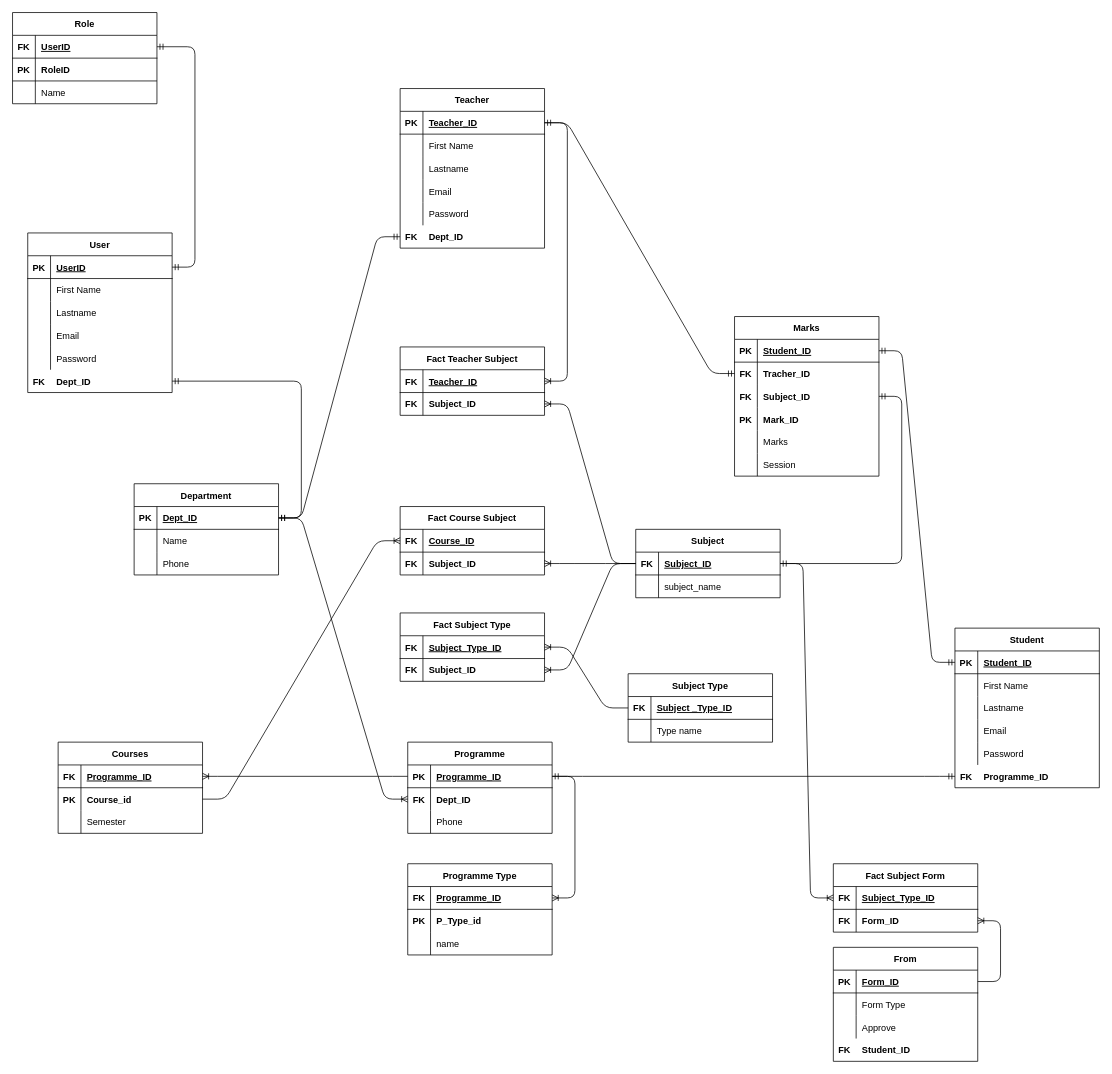
Above: Diagrams/ERD.drawio in MohsinAliSoomro/CES (draw.io), before the change. Source tidied: cells renumbered, new cells numbered last; positions are measured from the earlier drawing's top-left corner, leaving out a move shared by most shapes. Both pictures are drawn from the tidied source at 76%, with x=0, y=0 at pixel (12, 12).
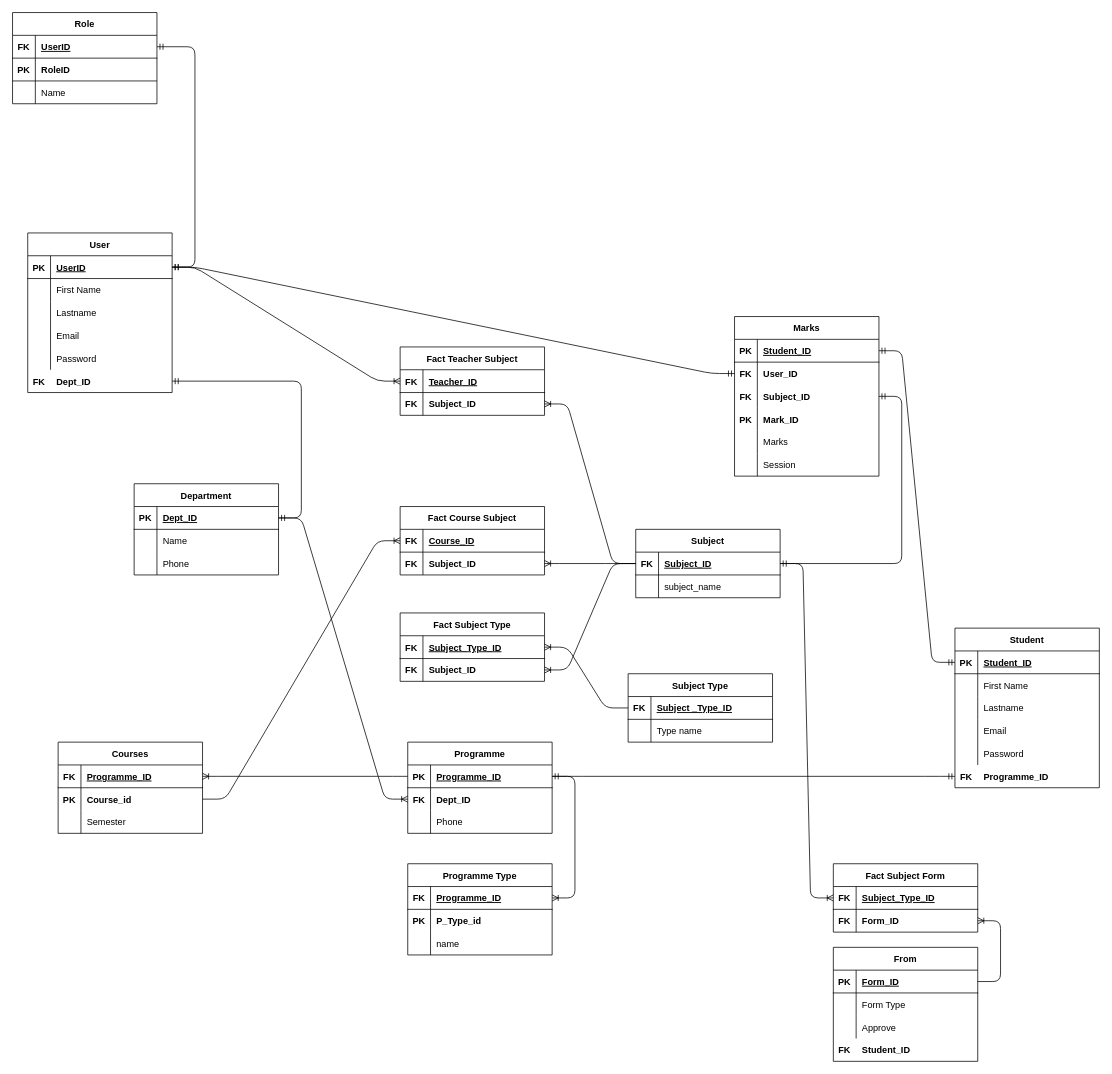
The same page after the edit.

The change refers to these unchanged cells:
```xml
<mxCell id="16" style="shape=partialRectangle;fillColor=none;top=0;left=0;bottom=1;right=0;points=[[0,0.5],[1,0.5]];portConstraint=eastwest;" parent="15" vertex="1">
  <mxGeometry y="30" width="190" height="30" as="geometry" />
</mxCell>
<mxCell id="39" style="shape=partialRectangle;fillColor=none;top=0;left=0;bottom=1;right=0;points=[[0,0.5],[1,0.5]];portConstraint=eastwest;" parent="38" vertex="1">
  <mxGeometry y="30" width="190" height="30" as="geometry" />
</mxCell>
<mxCell id="138" style="shape=partialRectangle;fillColor=none;top=0;left=0;bottom=1;right=0;points=[[0,0.5],[1,0.5]];portConstraint=eastwest;" parent="137" vertex="1">
  <mxGeometry y="30" width="190" height="30" as="geometry" />
</mxCell>
<mxCell id="190" style="shape=partialRectangle;fillColor=none;top=0;left=0;bottom=0;right=0;points=[[0,0.5],[1,0.5]];portConstraint=eastwest;" parent="186" vertex="1">
  <mxGeometry y="60" width="190" height="30" as="geometry" />
</mxCell>
```

Change to the diagram source:
```diff
@@
-    <mxCell id="116" style="group;" parent="1" vertex="1">
-      <mxGeometry x="510" y="100" width="190" height="210" as="geometry" />
-    </mxCell>
-    <mxCell id="117" value="Teacher" style="shape=table;startSize=30;childLayout=tableLayout;rowLines=0;fontStyle=1;align=center;" parent="116" vertex="1">
-      <mxGeometry width="190" height="210" as="geometry" />
-    </mxCell>
-    <mxCell id="118" style="shape=partialRectangle;fillColor=none;top=0;left=0;bottom=1;right=0;points=[[0,0.5],[1,0.5]];portConstraint=eastwest;" parent="117" vertex="1">
-      <mxGeometry y="30" width="190" height="30" as="geometry" />
-    </mxCell>
-    <mxCell id="119" value="PK" style="shape=partialRectangle;fillColor=none;top=0;left=0;bottom=0;right=0;fontStyle=1;overflow=hidden;" parent="118" vertex="1">
-      <mxGeometry width="30" height="30" as="geometry" />
-    </mxCell>
-    <mxCell id="120" value="Teacher_ID" style="shape=partialRectangle;fillColor=none;top=0;left=0;bottom=0;right=0;align=left;spacingLeft=6;fontStyle=5;overflow=hidden;" parent="118" vertex="1">
-      <mxGeometry x="30" width="160" height="30" as="geometry" />
-    </mxCell>
-    <mxCell id="121" style="shape=partialRectangle;fillColor=none;top=0;left=0;bottom=0;right=0;" parent="117" vertex="1">
-      <mxGeometry y="60" width="190" height="30" as="geometry" />
-    </mxCell>
-    <mxCell id="122" style="shape=partialRectangle;fillColor=none;top=0;left=0;bottom=0;right=0;overflow=hidden;" parent="121" vertex="1">
-      <mxGeometry width="30" height="30" as="geometry" />
-    </mxCell>
-    <mxCell id="123" value="First Name" style="shape=partialRectangle;fillColor=none;top=0;left=0;bottom=0;right=0;align=left;spacingLeft=6;overflow=hidden;" parent="121" vertex="1">
-      <mxGeometry x="30" width="160" height="30" as="geometry" />
-    </mxCell>
-    <mxCell id="124" style="shape=partialRectangle;fillColor=none;top=0;left=0;bottom=0;right=0;" parent="117" vertex="1">
-      <mxGeometry y="90" width="190" height="30" as="geometry" />
-    </mxCell>
-    <mxCell id="125" style="shape=partialRectangle;fillColor=none;top=0;left=0;bottom=0;right=0;overflow=hidden;" parent="124" vertex="1">
-      <mxGeometry width="30" height="30" as="geometry" />
-    </mxCell>
-    <mxCell id="126" value="Lastname" style="shape=partialRectangle;fillColor=none;top=0;left=0;bottom=0;right=0;align=left;spacingLeft=6;overflow=hidden;" parent="124" vertex="1">
-      <mxGeometry x="30" width="160" height="30" as="geometry" />
-    </mxCell>
-    <mxCell id="127" style="shape=partialRectangle;fillColor=none;top=0;left=0;bottom=0;right=0;" parent="117" vertex="1">
-      <mxGeometry y="120" width="190" height="30" as="geometry" />
-    </mxCell>
-    <mxCell id="128" style="shape=partialRectangle;fillColor=none;top=0;left=0;bottom=0;right=0;overflow=hidden;" parent="127" vertex="1">
-      <mxGeometry width="30" height="30" as="geometry" />
-    </mxCell>
-    <mxCell id="129" value="Email" style="shape=partialRectangle;fillColor=none;top=0;left=0;bottom=0;right=0;align=left;spacingLeft=6;overflow=hidden;" parent="127" vertex="1">
-      <mxGeometry x="30" width="160" height="30" as="geometry" />
-    </mxCell>
-    <mxCell id="130" style="shape=partialRectangle;fillColor=none;top=0;left=0;bottom=0;right=0;" parent="117" vertex="1">
-      <mxGeometry y="150" width="190" height="30" as="geometry" />
-    </mxCell>
-    <mxCell id="131" style="shape=partialRectangle;fillColor=none;top=0;left=0;bottom=0;right=0;overflow=hidden;" parent="130" vertex="1">
-      <mxGeometry width="30" height="30" as="geometry" />
-    </mxCell>
-    <mxCell id="132" value="Password" style="shape=partialRectangle;fillColor=none;top=0;left=0;bottom=0;right=0;align=left;spacingLeft=6;overflow=hidden;" parent="130" vertex="1">
-      <mxGeometry x="30" width="160" height="30" as="geometry" />
-    </mxCell>
-    <mxCell id="133" style="shape=partialRectangle;fillColor=none;top=0;left=0;bottom=0;right=0;points=[[0,0.5],[1,0.5]];portConstraint=eastwest;fontStyle=1;" parent="116" vertex="1">
-      <mxGeometry y="180" width="190" height="30" as="geometry" />
-    </mxCell>
-    <mxCell id="134" value="FK" style="shape=partialRectangle;fillColor=none;top=0;left=0;bottom=0;right=0;overflow=hidden;fontStyle=1;" parent="133" vertex="1">
-      <mxGeometry width="30" height="30" as="geometry" />
-    </mxCell>
-    <mxCell id="135" value="Dept_ID" style="shape=partialRectangle;fillColor=none;top=0;left=0;bottom=0;right=0;align=left;spacingLeft=6;overflow=hidden;fontStyle=1;" parent="133" vertex="1">
-      <mxGeometry x="30" width="160" height="30" as="geometry" />
-    </mxCell>
-    <mxCell id="136" style="edgeStyle=entityRelationEdgeStyle;fontSize=12;html=1;endArrow=ERmandOne;startArrow=ERmandOne;" parent="1" edge="1" source="133" target="16">
-      <mxGeometry relative="1" as="geometry" />
-    </mxCell>
@@
-    <mxCell id="144" style="edgeStyle=entityRelationEdgeStyle;fontSize=12;html=1;endArrow=ERoneToMany;" parent="1" edge="1" source="118" target="138">
+    <mxCell id="144" style="edgeStyle=entityRelationEdgeStyle;fontSize=12;html=1;endArrow=ERoneToMany;" parent="1" edge="1" source="39" target="138">
       <mxGeometry relative="1" as="geometry" />
     </mxCell>
@@
-    <mxCell id="192" value="Tracher_ID" style="shape=partialRectangle;fillColor=none;top=0;left=0;bottom=0;right=0;align=left;spacingLeft=6;overflow=hidden;fontStyle=1;" parent="190" vertex="1">
+    <mxCell id="192" value="User_ID" style="shape=partialRectangle;fillColor=none;top=0;left=0;bottom=0;right=0;align=left;spacingLeft=6;overflow=hidden;fontStyle=1;" parent="190" vertex="1">
       <mxGeometry x="30" width="160" height="30" as="geometry" />
     </mxCell>
@@
-    <mxCell id="205" style="edgeStyle=entityRelationEdgeStyle;fontSize=12;html=1;endArrow=ERmandOne;startArrow=ERmandOne;" parent="1" edge="1" source="118" target="190">
+    <mxCell id="205" style="edgeStyle=entityRelationEdgeStyle;fontSize=12;html=1;endArrow=ERmandOne;startArrow=ERmandOne;" parent="1" edge="1" source="39" target="190">
       <mxGeometry relative="1" as="geometry" />
     </mxCell>
```
